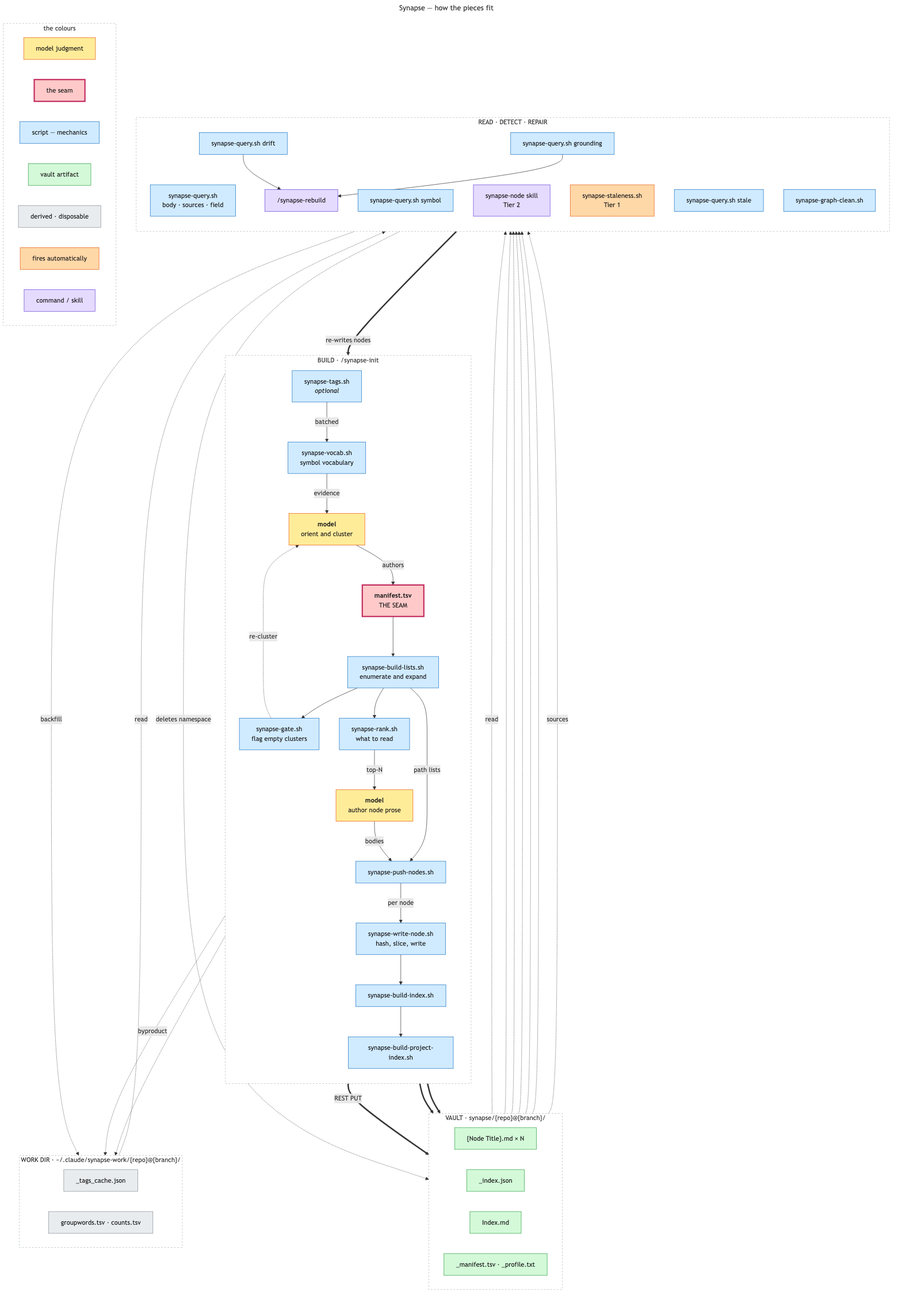
Earlier version of the Mermaid export docs/diagrams/synapse-pipeline.png (imunitic/second-brain-setup). Its source is kept beside it as docs/diagrams/synapse-pipeline.mmd.
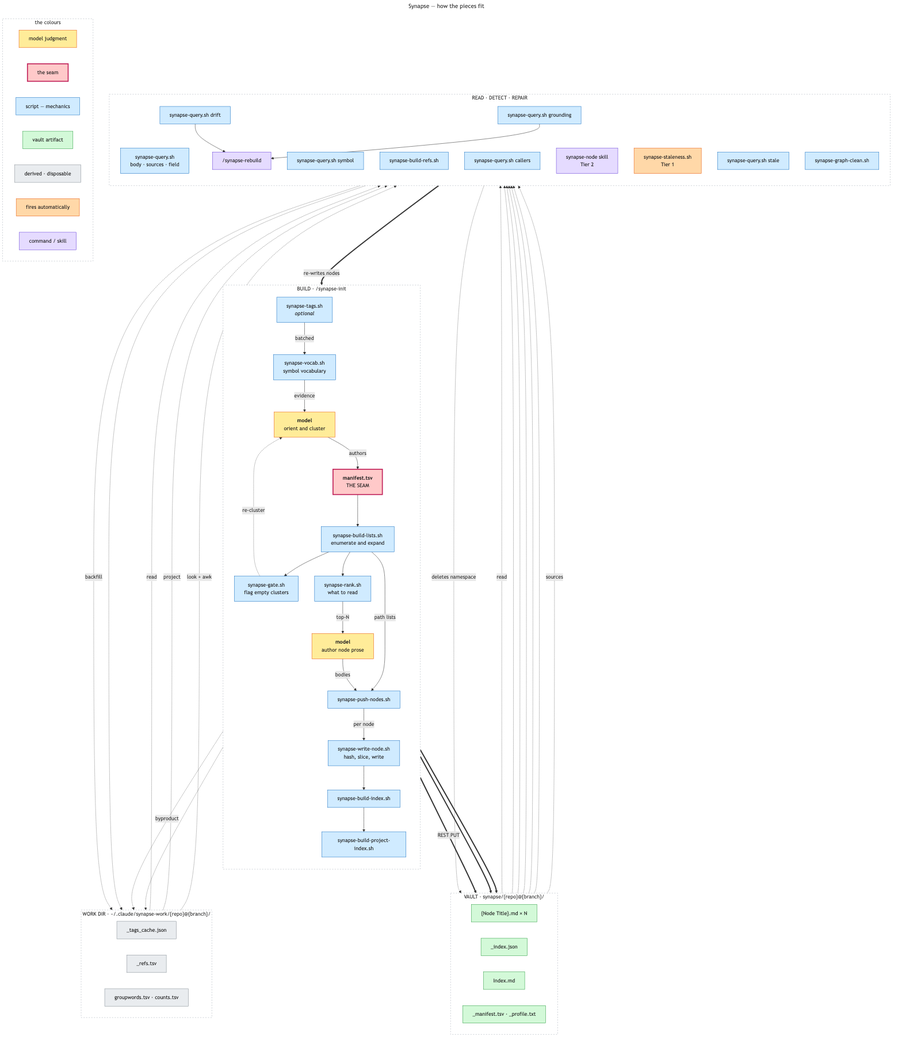
The same diagram one commit later.

Commit message:
docs(callers): wire the new subcommand into the hook, skill and diagrams

Diff of the diagram source:
```diff
@@ -50,6 +50,7 @@
     subgraph WORK["WORK DIR · ~/.claude/synapse-work/{repo}@{branch}/"]
         direction LR
         TAGSCACHE["_tags_cache.json"]
+        REFSIDX["_refs.tsv"]
         WORDS["groupwords.tsv · counts.tsv"]
     end
 
@@ -63,6 +64,8 @@
         direction TB
         QUERY["synapse-query.sh<br/>body · sources · field"]
         SYMBOL["synapse-query.sh symbol"]
+        REFS["synapse-build-refs.sh"]
+        CALLERS["synapse-query.sh callers"]
         NODESKILL["synapse-node skill<br/>Tier 2"]
         STALE1["synapse-staleness.sh<br/>Tier 1"]
         STALE2["synapse-query.sh stale"]
@@ -84,14 +87,17 @@
     NODE -.->|"sources"| SYMBOL
     TAGSCACHE -.->|"read"| SYMBOL
     SYMBOL -.->|"backfill"| TAGSCACHE
+    TAGSCACHE -.->|"project"| REFS
+    REFS -.-> REFSIDX
+    REFSIDX -.->|"look + awk"| CALLERS
     REBUILD ==>|"re-writes nodes"| WRITE
     CLEAN -.->|"deletes namespace"| NODE
 
     class ORIENT,PROSE model
     class MANIFEST seam
-    class LISTS,PUSH,WRITE,IDX,PIDX,TAGS,VOCAB,GATE,RANK,QUERY,SYMBOL,STALE2,DRIFT,GROUND,CLEAN script
+    class LISTS,PUSH,WRITE,IDX,PIDX,TAGS,VOCAB,GATE,RANK,QUERY,SYMBOL,REFS,CALLERS,STALE2,DRIFT,GROUND,CLEAN script
     class NODE,JSON,INDEX,AUX vault
-    class TAGSCACHE,WORDS work
+    class TAGSCACHE,REFSIDX,WORDS work
     class STALE1 hook
     class REBUILD,NODESKILL cmd
 
```
